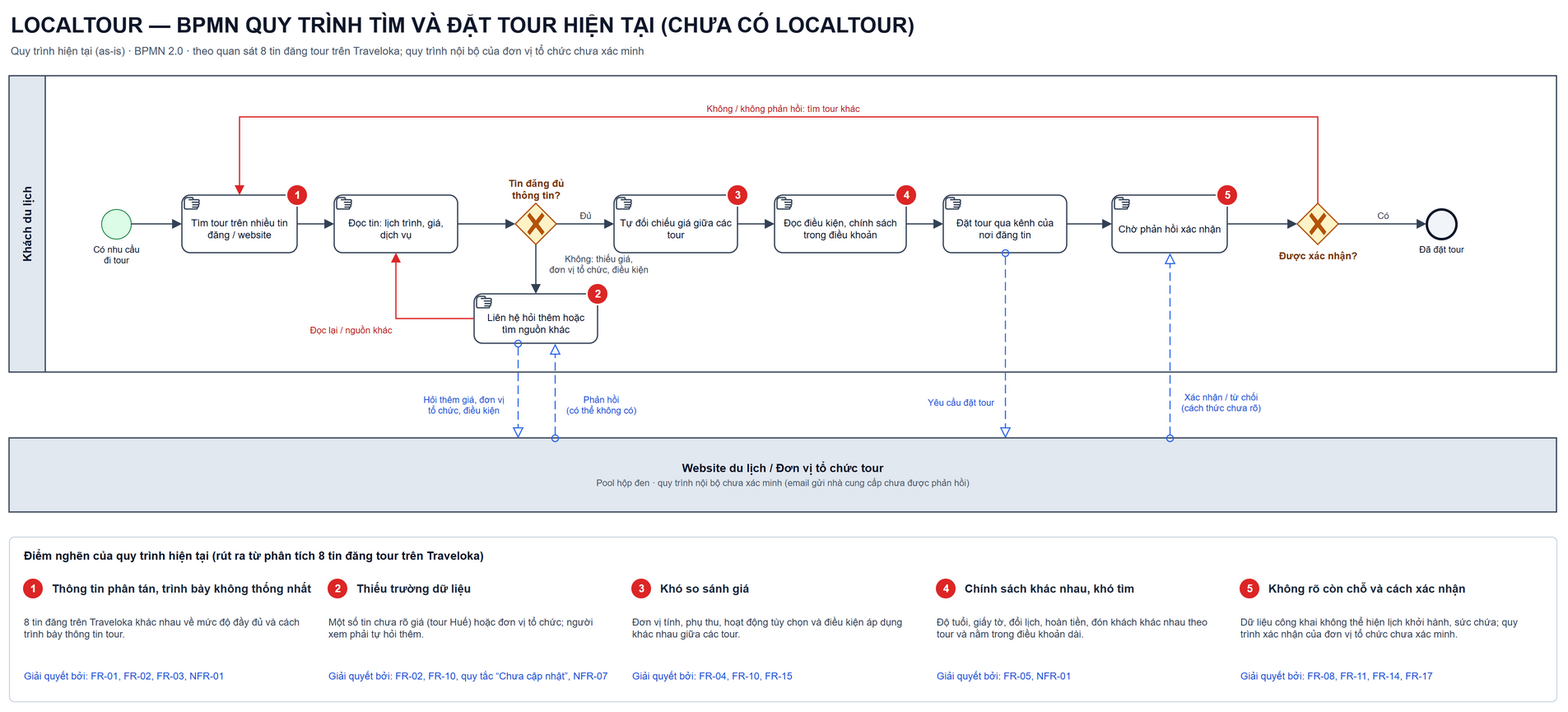
Before: docs/diagram/bpmn-dat-tour-hien-tai_localtour.drawio.png, a diagram exported from draw.io (kannar04/LocalTour_Project). Source tidied: cells renumbered, new cells last; positions are measured from the earlier drawing's top-left corner, leaving out a move shared by most shapes.
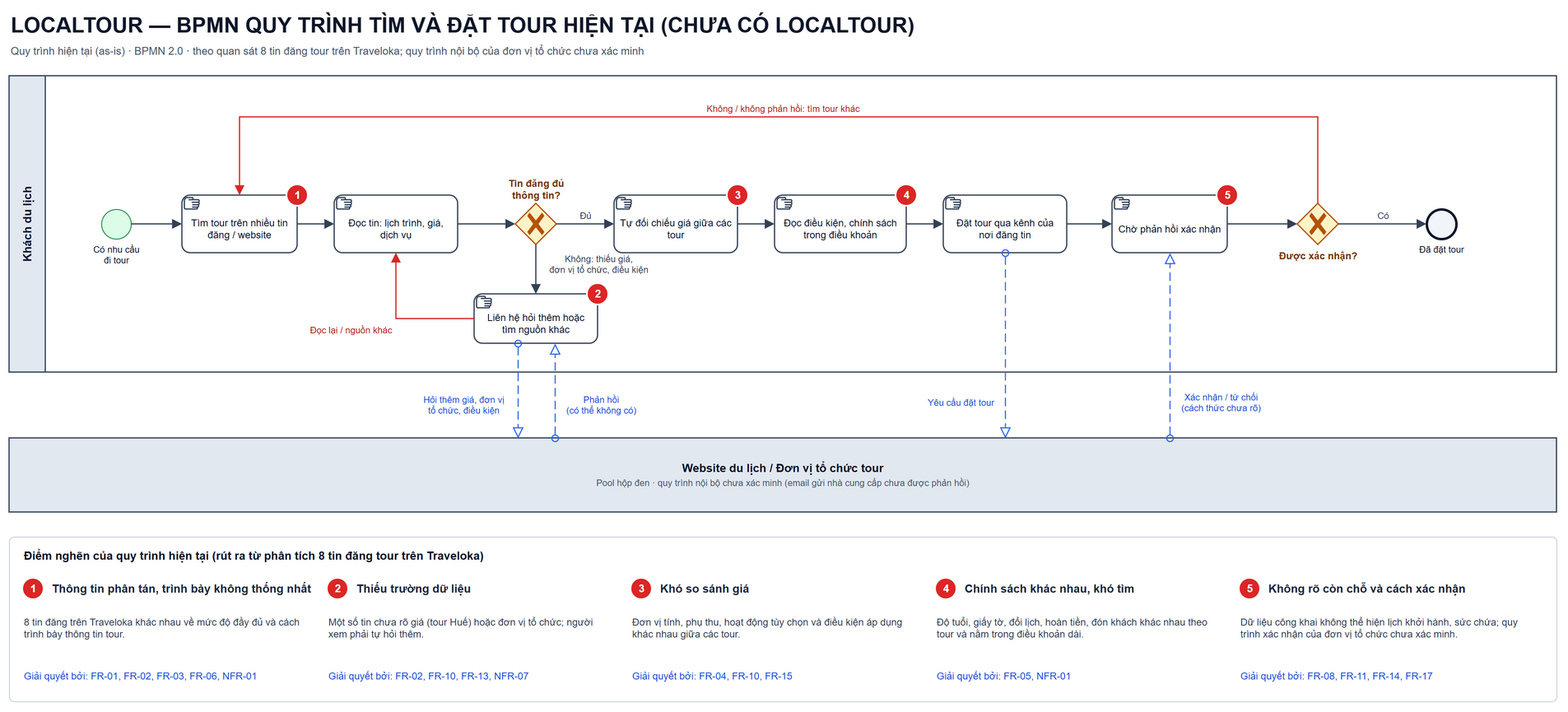
After the commit.

Commit message:
Sửa sơ đồ use case và BPMN theo phạm vi Sprint 3

What changed in the source:
```diff
@@ -150,7 +150,7 @@
     <mxCell id="42" value="8 tin đăng trên Traveloka khác nhau về mức độ đầy đủ và cách trình bày thông tin tour." style="text;html=1;whiteSpace=wrap;align=left;verticalAlign=top;fontSize=12;fontColor=#334155;" parent="1" vertex="1">
       <mxGeometry x="16" y="732" width="346" height="54" as="geometry" />
     </mxCell>
-    <mxCell id="43" value="Giải quyết bởi: FR-01, FR-02, FR-03, NFR-01" style="text;html=1;whiteSpace=wrap;align=left;verticalAlign=middle;fontSize=12;fontColor=#1d4ed8;" parent="1" vertex="1">
+    <mxCell id="43" value="Giải quyết bởi: FR-01, FR-02, FR-03, FR-06, NFR-01" style="text;html=1;whiteSpace=wrap;align=left;verticalAlign=middle;fontSize=12;fontColor=#1d4ed8;" parent="1" vertex="1">
       <mxGeometry x="16" y="796" width="346" height="30" as="geometry" />
     </mxCell>
     <mxCell id="44" value="2" style="ellipse;html=1;fillColor=#dc2626;strokeColor=#ffffff;strokeWidth=2;fontColor=#ffffff;fontSize=13;fontStyle=1;" parent="1" vertex="1">
@@ -162,7 +162,7 @@
     <mxCell id="46" value="Một số tin chưa rõ giá (tour Huế) hoặc đơn vị tổ chức; người xem phải tự hỏi thêm." style="text;html=1;whiteSpace=wrap;align=left;verticalAlign=top;fontSize=12;fontColor=#334155;" parent="1" vertex="1">
       <mxGeometry x="386" y="732" width="346" height="54" as="geometry" />
     </mxCell>
-    <mxCell id="47" value="Giải quyết bởi: FR-02, FR-10, quy tắc “Chưa cập nhật”, NFR-07" style="text;html=1;whiteSpace=wrap;align=left;verticalAlign=middle;fontSize=12;fontColor=#1d4ed8;" parent="1" vertex="1">
+    <mxCell id="47" value="Giải quyết bởi: FR-02, FR-10, FR-13, NFR-07" style="text;html=1;whiteSpace=wrap;align=left;verticalAlign=middle;fontSize=12;fontColor=#1d4ed8;" parent="1" vertex="1">
       <mxGeometry x="386" y="796" width="346" height="30" as="geometry" />
     </mxCell>
     <mxCell id="48" value="3" style="ellipse;html=1;fillColor=#dc2626;strokeColor=#ffffff;strokeWidth=2;fontColor=#ffffff;fontSize=13;fontStyle=1;" parent="1" vertex="1">
```
